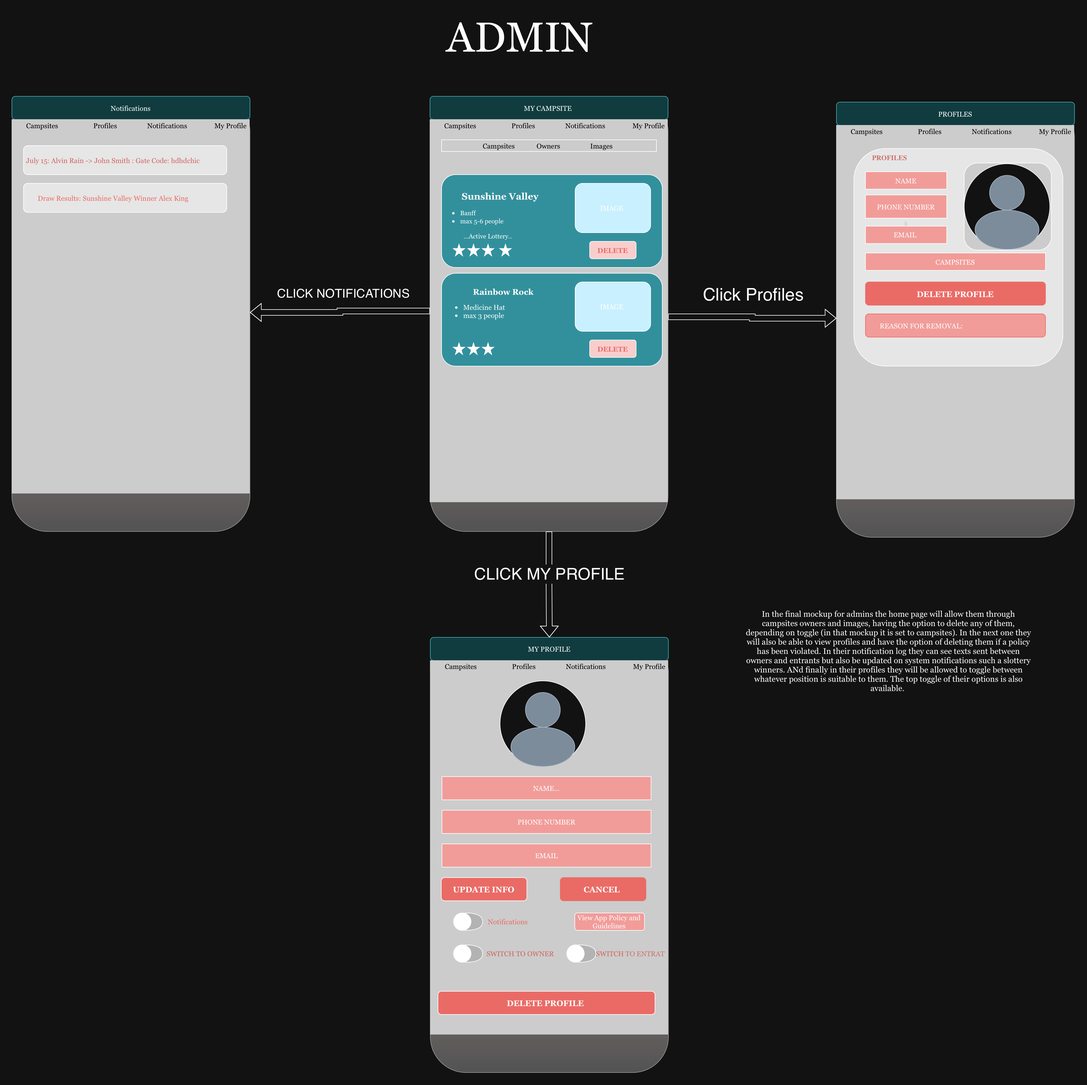
This is docs/Storyboard/ADMIN Mockup.drawio.png from CMPUT301F26clasic/Clasic-events, a draw.io export, as it was before one commit. Source tidied: cells renumbered, new cells last; positions are measured from the earlier drawing's top-left corner, leaving out a move shared by most shapes.
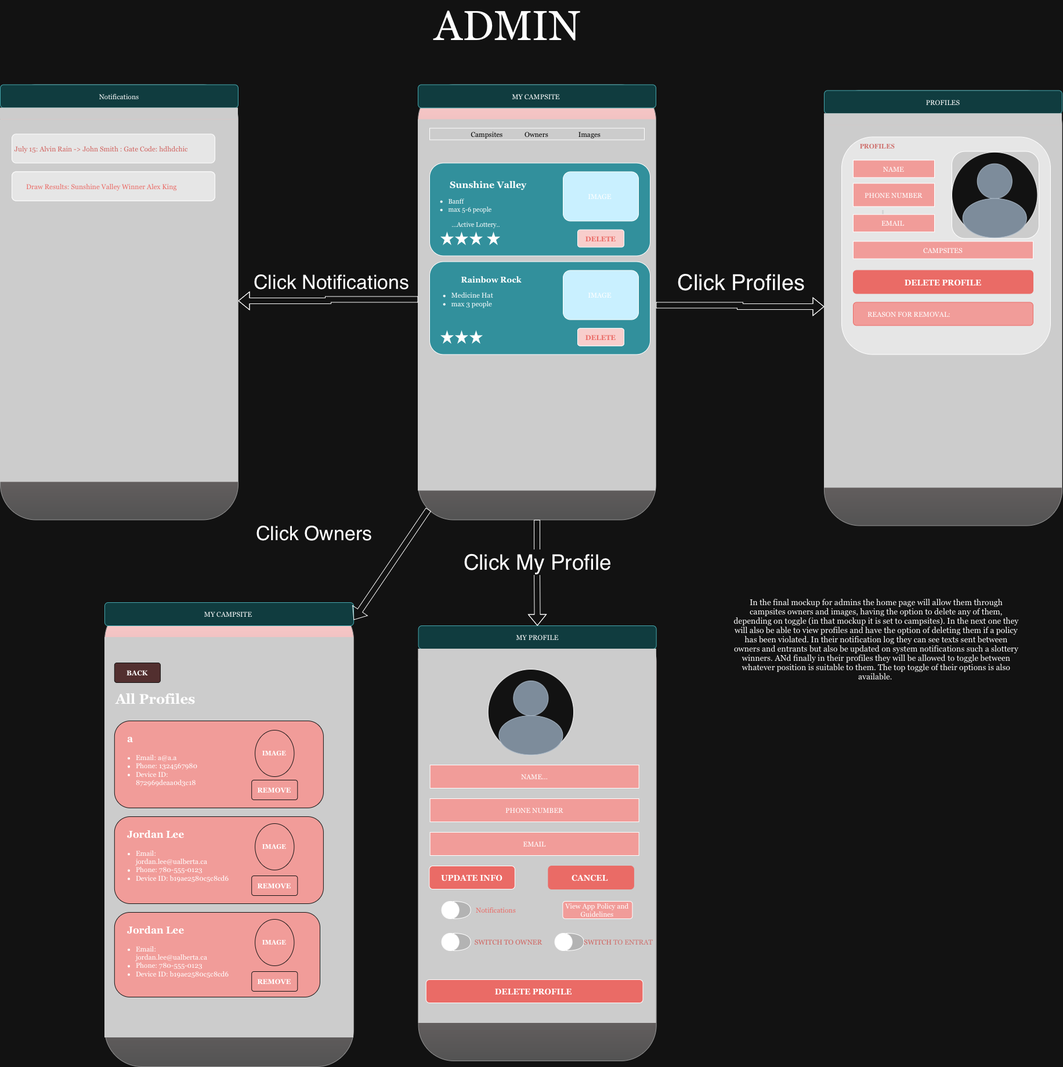
After the change.

The edit, as a diff of the source:
```diff
@@ -82,3 +82,3 @@
     </mxCell>
-    <mxCell id="28" value="&lt;span style=&quot;color: light-dark(rgb(0, 0, 0), rgb(0, 0, 0));&quot;&gt;&lt;font face=&quot;Georgia&quot;&gt;&lt;span style=&quot;white-space: pre;&quot;&gt;&#9;&lt;/span&gt;Campsites&lt;span style=&quot;white-space: pre;&quot;&gt;&#9;&lt;span style=&quot;white-space: pre;&quot;&gt;&#9;&lt;span style=&quot;white-space: pre;&quot;&gt;&#9;&lt;/span&gt;Profiles&lt;/span&gt;&lt;span style=&quot;white-space: pre;&quot;&gt;&#9;&lt;/span&gt;&lt;/span&gt;&lt;/font&gt;&lt;span style=&quot;white-space: pre;&quot;&gt;&lt;font face=&quot;Georgia&quot;&gt;&lt;span style=&quot;white-space: pre;&quot;&gt;&#9;&lt;span style=&quot;white-space: pre;&quot;&gt;&#9;&lt;/span&gt;&lt;/span&gt;&lt;/font&gt;&lt;span style=&quot;white-space: pre;&quot;&gt;&lt;font face=&quot;Georgia&quot;&gt;Notifications&lt;span style=&quot;white-space: pre;&quot;&gt;&#9;&lt;span style=&quot;white-space: pre;&quot;&gt;&#9;&lt;span style=&quot;white-space: pre;&quot;&gt;My &lt;/span&gt;&lt;/span&gt;&lt;/span&gt;&lt;span style=&quot;white-space: pre;&quot;&gt;Profile&lt;/span&gt;&lt;/font&gt;&lt;/span&gt;&lt;/span&gt;&lt;/span&gt;" style="rounded=0;whiteSpace=wrap;html=1;fillColor=light-dark(#FFFFFF,#CCCCCC);align=left;strokeColor=none;" parent="4" vertex="1">
+    <mxCell id="28" style="rounded=0;whiteSpace=wrap;html=1;fillColor=light-dark(#FFFFFF,#CCCCCC);align=left;strokeColor=none;" parent="4" vertex="1">
       <mxGeometry y="40" width="410" height="20" as="geometry" />
@@ -94,3 +94,3 @@
     </mxCell>
-    <mxCell id="32" value="&lt;span style=&quot;color: light-dark(rgb(0, 0, 0), rgb(0, 0, 0));&quot;&gt;&lt;font face=&quot;Georgia&quot;&gt;&lt;span style=&quot;white-space: pre;&quot;&gt;&#9;&lt;/span&gt;Browse&lt;span style=&quot;white-space: pre;&quot;&gt;&#9;&lt;/span&gt;&lt;span style=&quot;white-space: pre;&quot;&gt;&#9;&lt;/span&gt;&lt;/font&gt;&lt;span style=&quot;white-space: pre;&quot;&gt;&lt;font face=&quot;Georgia&quot;&gt;&#9;Reservations&lt;span style=&quot;white-space: pre;&quot;&gt;&#9;&lt;/span&gt;&lt;/font&gt;&lt;span style=&quot;white-space: pre;&quot;&gt;&lt;font face=&quot;Georgia&quot;&gt;&#9;Notifications&lt;span style=&quot;white-space: pre;&quot;&gt;&#9;&lt;/span&gt;&lt;span style=&quot;white-space: pre;&quot;&gt;&#9;Profile&lt;/span&gt;&lt;/font&gt;&lt;/span&gt;&lt;/span&gt;&lt;/span&gt;" style="rounded=0;whiteSpace=wrap;html=1;fillColor=light-dark(#FFFFFF,#CCCCCC);align=left;strokeColor=none;" parent="29" vertex="1">
+    <mxCell id="32" style="rounded=0;whiteSpace=wrap;html=1;fillColor=light-dark(#FFFFFF,#CCCCCC);align=left;strokeColor=none;" parent="29" vertex="1">
       <mxGeometry y="40" width="410" height="20" as="geometry" />
@@ -124,5 +124,2 @@
     </mxCell>
-    <mxCell id="42" value="&lt;span style=&quot;color: light-dark(rgb(0, 0, 0), rgb(0, 0, 0));&quot;&gt;&lt;font face=&quot;Georgia&quot;&gt;&lt;span style=&quot;white-space: pre;&quot;&gt;&#9;&lt;/span&gt;Campsites&lt;span style=&quot;white-space: pre;&quot;&gt;&#9;&lt;span style=&quot;white-space: pre;&quot;&gt;&#9;&lt;span style=&quot;white-space: pre;&quot;&gt;&#9;&lt;/span&gt;Profiles&lt;/span&gt;&lt;span style=&quot;white-space: pre;&quot;&gt;&#9;&lt;/span&gt;&lt;/span&gt;&lt;/font&gt;&lt;span style=&quot;white-space: pre;&quot;&gt;&lt;font face=&quot;Georgia&quot;&gt;&lt;span style=&quot;white-space: pre;&quot;&gt;&#9;&lt;span style=&quot;white-space: pre;&quot;&gt;&#9;&lt;/span&gt;&lt;/span&gt;&lt;/font&gt;&lt;span style=&quot;white-space: pre;&quot;&gt;&lt;font face=&quot;Georgia&quot;&gt;Notifications&lt;span style=&quot;white-space: pre;&quot;&gt;&#9;&lt;span style=&quot;white-space: pre;&quot;&gt;&#9;&lt;span style=&quot;white-space: pre;&quot;&gt;My &lt;/span&gt;&lt;/span&gt;&lt;/span&gt;&lt;span style=&quot;white-space: pre;&quot;&gt;Profile&lt;/span&gt;&lt;/font&gt;&lt;/span&gt;&lt;/span&gt;&lt;/span&gt;" style="rounded=0;whiteSpace=wrap;html=1;fillColor=light-dark(#FFFFFF,#CCCCCC);align=left;strokeColor=none;" parent="29" vertex="1">
-      <mxGeometry y="40" width="410" height="20" as="geometry" />
-    </mxCell>
     <mxCell id="43" style="group;" parent="1" vertex="1">
@@ -175,3 +172,3 @@
     </mxCell>
-    <mxCell id="59" value="&lt;span style=&quot;color: light-dark(rgb(0, 0, 0), rgb(0, 0, 0));&quot;&gt;&lt;font face=&quot;Georgia&quot;&gt;&lt;span style=&quot;white-space: pre;&quot;&gt;&#9;&lt;/span&gt;Campsites&lt;span style=&quot;white-space: pre;&quot;&gt;&#9;&lt;span style=&quot;white-space: pre;&quot;&gt;&#9;&lt;span style=&quot;white-space: pre;&quot;&gt;&#9;&lt;/span&gt;Profiles&lt;/span&gt;&lt;span style=&quot;white-space: pre;&quot;&gt;&#9;&lt;/span&gt;&lt;/span&gt;&lt;/font&gt;&lt;span style=&quot;white-space: pre;&quot;&gt;&lt;font face=&quot;Georgia&quot;&gt;&lt;span style=&quot;white-space: pre;&quot;&gt;&#9;&lt;span style=&quot;white-space: pre;&quot;&gt;&#9;&lt;/span&gt;&lt;/span&gt;&lt;/font&gt;&lt;span style=&quot;white-space: pre;&quot;&gt;&lt;font face=&quot;Georgia&quot;&gt;Notifications&lt;span style=&quot;white-space: pre;&quot;&gt;&#9;&lt;span style=&quot;white-space: pre;&quot;&gt;&#9;&lt;span style=&quot;white-space: pre;&quot;&gt;My &lt;/span&gt;&lt;/span&gt;&lt;/span&gt;&lt;span style=&quot;white-space: pre;&quot;&gt;Profile&lt;/span&gt;&lt;/font&gt;&lt;/span&gt;&lt;/span&gt;&lt;/span&gt;" style="rounded=0;whiteSpace=wrap;html=1;fillColor=light-dark(#FFFFFF,#CCCCCC);align=left;strokeColor=none;" parent="43" vertex="1">
+    <mxCell id="59" style="rounded=0;whiteSpace=wrap;html=1;fillColor=light-dark(#FFFFFF,#CCCCCC);align=left;strokeColor=none;" parent="43" vertex="1">
       <mxGeometry y="40" width="410" height="20" as="geometry" />
@@ -211,5 +208,2 @@
     </mxCell>
-    <mxCell id="71" value="&lt;span style=&quot;color: light-dark(rgb(0, 0, 0), rgb(0, 0, 0));&quot;&gt;&lt;font face=&quot;Georgia&quot;&gt;&lt;span style=&quot;white-space: pre;&quot;&gt;&#9;&lt;/span&gt;Campsites&lt;span style=&quot;white-space: pre;&quot;&gt;&#9;&lt;span style=&quot;white-space: pre;&quot;&gt;&#9;&lt;span style=&quot;white-space: pre;&quot;&gt;&#9;&lt;/span&gt;Profiles&lt;/span&gt;&lt;span style=&quot;white-space: pre;&quot;&gt;&#9;&lt;/span&gt;&lt;/span&gt;&lt;/font&gt;&lt;span style=&quot;white-space: pre;&quot;&gt;&lt;font face=&quot;Georgia&quot;&gt;&lt;span style=&quot;white-space: pre;&quot;&gt;&#9;&lt;span style=&quot;white-space: pre;&quot;&gt;&#9;&lt;/span&gt;&lt;/span&gt;&lt;/font&gt;&lt;span style=&quot;white-space: pre;&quot;&gt;&lt;font face=&quot;Georgia&quot;&gt;Notifications&lt;span style=&quot;white-space: pre;&quot;&gt;&#9;&lt;span style=&quot;white-space: pre;&quot;&gt;&#9;&lt;span style=&quot;white-space: pre;&quot;&gt;My &lt;/span&gt;&lt;/span&gt;&lt;/span&gt;&lt;span style=&quot;white-space: pre;&quot;&gt;Profile&lt;/span&gt;&lt;/font&gt;&lt;/span&gt;&lt;/span&gt;&lt;/span&gt;" style="rounded=0;whiteSpace=wrap;html=1;fillColor=light-dark(#FFFFFF,#CCCCCC);align=left;strokeColor=none;" parent="68" vertex="1">
-      <mxGeometry y="40" width="410" height="20" as="geometry" />
-    </mxCell>
     <mxCell id="72" style="rounded=0;whiteSpace=wrap;html=1;fillColor=light-dark(#FFFFFF,#CCCCCC);align=left;strokeColor=none;" parent="68" vertex="1">
@@ -271,3 +265,3 @@
     </mxCell>
-    <mxCell id="91" value="&lt;font style=&quot;font-size: 30px;&quot;&gt;Click Profiles&lt;/font&gt;" style="edgeLabel;html=1;align=center;verticalAlign=middle;inheritText=1;defaultLabelBackgroundColor=page;" parent="90" vertex="1">
+    <mxCell id="91" value="&lt;font style=&quot;font-size: 38px;&quot;&gt;Click Profiles&lt;/font&gt;" style="edgeLabel;html=1;align=center;verticalAlign=middle;inheritText=1;defaultLabelBackgroundColor=page;" parent="90" vertex="1">
       <mxGeometry x="0.13" y="2" relative="1" as="geometry">
@@ -279,3 +273,3 @@
     </mxCell>
-    <mxCell id="93" value="&lt;font style=&quot;font-size: 28px;&quot;&gt;CLICK MY PROFILE&lt;/font&gt;" style="edgeLabel;html=1;align=center;verticalAlign=middle;inheritText=1;defaultLabelBackgroundColor=page;" parent="92" vertex="1">
+    <mxCell id="93" value="&lt;font style=&quot;font-size: 37px;&quot;&gt;Click My Profile&lt;/font&gt;" style="edgeLabel;html=1;align=center;verticalAlign=middle;inheritText=1;defaultLabelBackgroundColor=page;" parent="92" vertex="1">
       <mxGeometry x="-0.41" y="-3" relative="1" as="geometry">
@@ -287,3 +281,3 @@
     </mxCell>
-    <mxCell id="95" value="&lt;font style=&quot;font-size: 21px;&quot;&gt;CLICK NOTIFICATIONS&lt;/font&gt;" style="edgeLabel;html=1;align=center;verticalAlign=middle;inheritText=1;defaultLabelBackgroundColor=page;" parent="94" vertex="1">
+    <mxCell id="95" value="&lt;font style=&quot;font-size: 34px;&quot;&gt;Click Notifications&lt;/font&gt;" style="edgeLabel;html=1;align=center;verticalAlign=middle;inheritText=1;defaultLabelBackgroundColor=page;" parent="94" vertex="1">
       <mxGeometry x="-0.19" y="3" relative="1" as="geometry">
@@ -292,2 +286,70 @@
     </mxCell>
+    <mxCell id="96" value="&lt;font style=&quot;font-size: 34px;&quot;&gt;Click Owners&lt;/font&gt;" style="edgeLabel;html=1;align=center;verticalAlign=middle;inheritText=1;defaultLabelBackgroundColor=page;" parent="94" vertex="1">
+      <mxGeometry x="-0.19" y="3" relative="1" as="geometry">
+        <mxPoint x="-54" y="400" as="offset" />
+      </mxGeometry>
+    </mxCell>
+    <mxCell id="97" style="rounded=1;whiteSpace=wrap;html=1;roundedPerimeter=1;fillColor=light-dark(#F5F5F5,#FFCCCC);gradientColor=#b3b3b3;strokeColor=#666666;" parent="1" vertex="1">
+      <mxGeometry x="180" y="1010" width="429" height="800" as="geometry" />
+    </mxCell>
+    <mxCell id="98" value="&lt;font face=&quot;Georgia&quot;&gt;MY CAMPSITE&amp;nbsp;&lt;/font&gt;" style="rounded=1;whiteSpace=wrap;html=1;roundedPerimeter=1;fillColor=#b0e3e6;strokeColor=#0e8088;" parent="1" vertex="1">
+      <mxGeometry x="180" y="1010" width="429" height="40" as="geometry" />
+    </mxCell>
+    <mxCell id="99" style="rounded=0;whiteSpace=wrap;html=1;fillColor=light-dark(#FFFFFF,#CCCCCC);align=left;strokeColor=none;" parent="1" vertex="1">
+      <mxGeometry x="180" y="1070" width="429" height="690" as="geometry" />
+    </mxCell>
+    <mxCell id="100" value="BACK" style="rounded=1;arcSize=12;whiteSpace=wrap;html=1;fillColor=#F4CCCC;strokeColor=#FFFFFF;fontColor=light-dark(#E06666,#FFFFFF);fontFamily=Georgia;fontSize=12;fontStyle=1;" parent="1" vertex="1">
+      <mxGeometry x="196.8" y="1114" width="79.1" height="34" as="geometry" />
+    </mxCell>
+    <mxCell id="101" value="All Profiles" style="text;html=1;strokeColor=none;fillColor=none;align=left;verticalAlign=middle;fontFamily=Georgia;fontSize=24;fontStyle=1;fontColor=light-dark(#E06666,#FFFFFF);" parent="1" vertex="1">
+      <mxGeometry x="196.8" y="1156" width="252.4" height="40" as="geometry" />
+    </mxCell>
+    <mxCell id="102" style="rounded=1;arcSize=18;whiteSpace=wrap;html=1;fillColor=light-dark(#4F8A96,#F19C99);strokeColor=#FFFFFF;fontColor=light-dark(#E06666,#FFFFFF);" parent="1" vertex="1">
+      <mxGeometry x="196.8" y="1214" width="360.1" height="150" as="geometry" />
+    </mxCell>
+    <mxCell id="103" value="a" style="text;html=1;strokeColor=none;fillColor=light-dark(#4F8A96,#F19C99);align=left;verticalAlign=middle;fontFamily=Georgia;fontSize=17;fontStyle=1;fontColor=light-dark(#E06666,#FFFFFF);" parent="1" vertex="1">
+      <mxGeometry x="217" y="1230" width="168.3" height="28" as="geometry" />
+    </mxCell>
+    <mxCell id="104" value="&lt;ul style=&quot;margin:0;padding-left:18px;&quot;&gt;&lt;li&gt;Email: a@a.a&lt;/li&gt;&lt;li&gt;Phone: 1324567980&lt;/li&gt;&lt;li&gt;Device ID: 872969deaa0d3c18&lt;/li&gt;&lt;/ul&gt;" style="text;html=1;strokeColor=none;fillColor=light-dark(#4F8A96,#F19C99);align=left;verticalAlign=top;whiteSpace=wrap;fontFamily=Georgia;fontSize=12;fontColor=light-dark(#E06666,#FFFFFF);" parent="1" vertex="1">
+      <mxGeometry x="213.7" y="1264" width="180.9" height="70" as="geometry" />
+    </mxCell>
+    <mxCell id="105" value="IMAGE" style="ellipse;whiteSpace=wrap;html=1;fillColor=light-dark(#4F8A96,#F19C99);strokeColor=#FFFFFF;fontColor=light-dark(#E06666,#FFFFFF);fontFamily=Georgia;fontSize=11;fontStyle=1;" parent="1" vertex="1">
+      <mxGeometry x="439.1" y="1230" width="67.3" height="80" as="geometry" />
+    </mxCell>
+    <mxCell id="106" value="REMOVE" style="rounded=1;arcSize=12;whiteSpace=wrap;html=1;fillColor=light-dark(#4F8A96,#F19C99);strokeColor=#FFFFFF;fontColor=light-dark(#E06666,#FFFFFF);fontFamily=Georgia;fontSize=12;fontStyle=1;" parent="1" vertex="1">
+      <mxGeometry x="433.2" y="1316" width="79.1" height="34" as="geometry" />
+    </mxCell>
+    <mxCell id="107" style="rounded=1;arcSize=18;whiteSpace=wrap;html=1;fillColor=light-dark(#4F8A96,#F19C99);strokeColor=#FFFFFF;fontColor=light-dark(#E06666,#FFFFFF);" parent="1" vertex="1">
+      <mxGeometry x="196.8" y="1379" width="360.1" height="150" as="geometry" />
+    </mxCell>
+    <mxCell id="108" value="Jordan Lee" style="text;html=1;strokeColor=none;fillColor=light-dark(#4F8A96,#F19C99);align=left;verticalAlign=middle;fontFamily=Georgia;fontSize=17;fontStyle=1;fontColor=light-dark(#E06666,#FFFFFF);" parent="1" vertex="1">
+      <mxGeometry x="217" y="1395" width="168.3" height="28" as="geometry" />
+    </mxCell>
+    <mxCell id="109" value="&lt;ul style=&quot;margin:0;padding-left:18px;&quot;&gt;&lt;li&gt;Email: jordan.lee@ualberta.ca&lt;/li&gt;&lt;li&gt;Phone: 780-555-0123&lt;/li&gt;&lt;li&gt;Device ID: b19ae2580c5c8cd6&lt;/li&gt;&lt;/ul&gt;" style="text;html=1;strokeColor=none;fillColor=light-dark(#4F8A96,#F19C99);align=left;verticalAlign=top;whiteSpace=wrap;fontFamily=Georgia;fontSize=12;fontColor=light-dark(#E06666,#FFFFFF);" parent="1" vertex="1">
+      <mxGeometry x="213.7" y="1429" width="180.9" height="70" as="geometry" />
+    </mxCell>
+    <mxCell id="110" value="IMAGE" style="ellipse;whiteSpace=wrap;html=1;fillColor=light-dark(#4F8A96,#F19C99);strokeColor=#FFFFFF;fontColor=light-dark(#E06666,#FFFFFF);fontFamily=Georgia;fontSize=11;fontStyle=1;" parent="1" vertex="1">
+      <mxGeometry x="439.1" y="1391" width="67.3" height="80" as="geometry" />
+    </mxCell>
+    <mxCell id="111" value="REMOVE" style="rounded=1;arcSize=12;whiteSpace=wrap;html=1;fillColor=light-dark(#4F8A96,#F19C99);strokeColor=#FFFFFF;fontColor=light-dark(#E06666,#FFFFFF);fontFamily=Georgia;fontSize=12;fontStyle=1;" parent="1" vertex="1">
+      <mxGeometry x="433.2" y="1481" width="79.1" height="34" as="geometry" />
+    </mxCell>
+    <mxCell id="112" style="rounded=1;arcSize=18;whiteSpace=wrap;html=1;fillColor=light-dark(#4F8A96,#F19C99);strokeColor=#FFFFFF;fontColor=light-dark(#E06666,#FFFFFF);" parent="1" vertex="1">
+      <mxGeometry x="196.8" y="1544" width="354.2" height="146" as="geometry" />
+    </mxCell>
+    <mxCell id="113" value="Jordan Lee" style="text;html=1;strokeColor=none;fillColor=light-dark(#4F8A96,#F19C99);align=left;verticalAlign=middle;fontFamily=Georgia;fontSize=17;fontStyle=1;fontColor=light-dark(#E06666,#FFFFFF);" parent="1" vertex="1">
+      <mxGeometry x="217" y="1560" width="168.3" height="28" as="geometry" />
+    </mxCell>
+    <mxCell id="114" value="&lt;ul style=&quot;margin:0;padding-left:18px;&quot;&gt;&lt;li&gt;Email: jordan.lee@ualberta.ca&lt;/li&gt;&lt;li&gt;Phone: 780-555-0123&lt;/li&gt;&lt;li&gt;Device ID: b19ae2580c5c8cd6&lt;/li&gt;&lt;/ul&gt;" style="text;html=1;strokeColor=none;fillColor=light-dark(#4F8A96,#F19C99);align=left;verticalAlign=top;whiteSpace=wrap;fontFamily=Georgia;fontSize=12;fontColor=light-dark(#E06666,#FFFFFF);" parent="1" vertex="1">
+      <mxGeometry x="213.7" y="1594" width="180.9" height="70" as="geometry" />
+    </mxCell>
+    <mxCell id="115" value="IMAGE" style="ellipse;whiteSpace=wrap;html=1;fillColor=light-dark(#4F8A96,#F19C99);strokeColor=#FFFFFF;fontColor=light-dark(#E06666,#FFFFFF);fontFamily=Georgia;fontSize=11;fontStyle=1;" parent="1" vertex="1">
+      <mxGeometry x="439.1" y="1556" width="67.3" height="80" as="geometry" />
+    </mxCell>
+    <mxCell id="116" value="REMOVE" style="rounded=1;arcSize=12;whiteSpace=wrap;html=1;fillColor=light-dark(#4F8A96,#F19C99);strokeColor=#FFFFFF;fontColor=light-dark(#E06666,#FFFFFF);fontFamily=Georgia;fontSize=12;fontStyle=1;" parent="1" vertex="1">
+      <mxGeometry x="433.2" y="1646" width="79.1" height="34" as="geometry" />
+    </mxCell>
+    <mxCell id="117" style="shape=flexArrow;endArrow=classic;html=1;rounded=0;defaultLabelBackgroundColor=page;exitX=0;exitY=1;exitDx=0;exitDy=0;entryX=1;entryY=0.75;entryDx=0;entryDy=0;" parent="1" edge="1" source="69" target="98">
+      <mxGeometry relative="1" as="geometry" />
+    </mxCell>
   </root>
```
